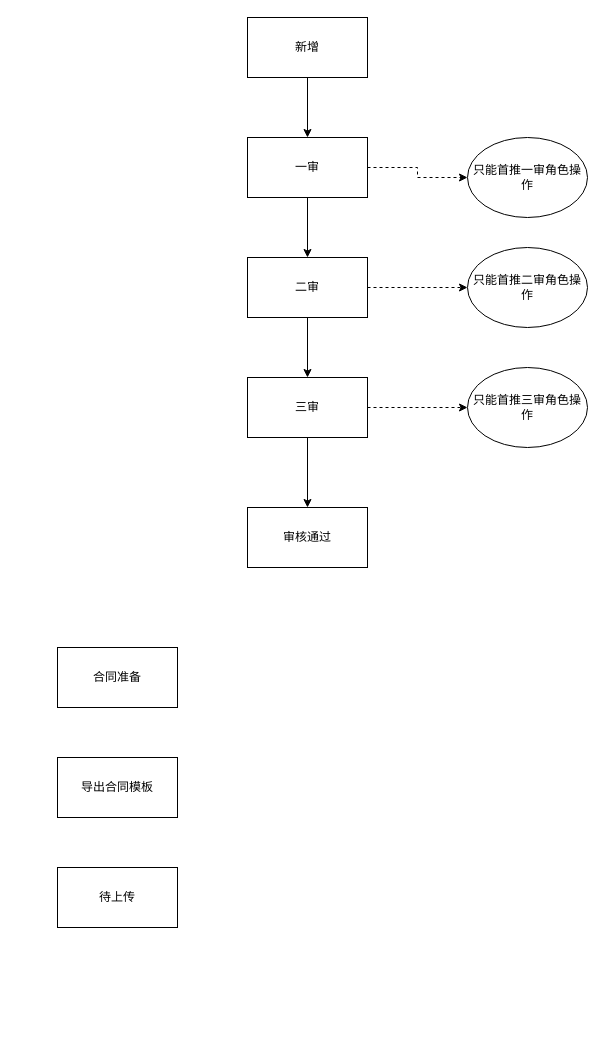
Earlier version of the draw.io diagram gitskills/首推商品审核流程说明.drawio (benbenbo/learngit). Source tidied: cells renumbered, new cells numbered last; positions are measured from the earlier drawing's top-left corner, leaving out a move shared by most shapes. Both pictures are drawn from the tidied source at 100%, with x=0, y=0 at pixel (57, 17).
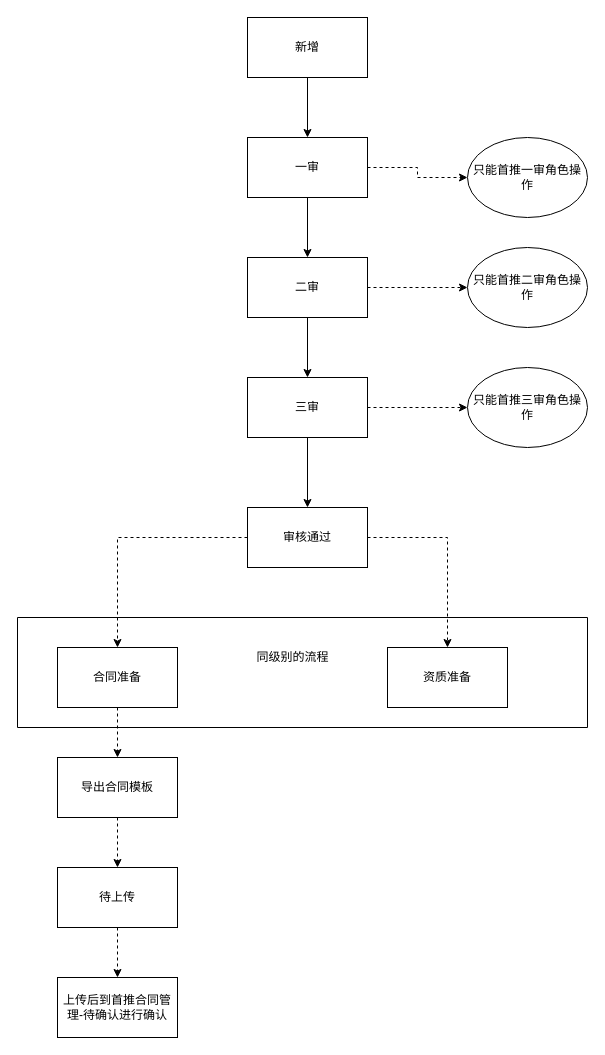
After the change.

Commit message (it also covers changes not shown here):
Update 首推商品审核流程说明.drawio

The change refers to these unchanged cells:
```xml
<mxCell id="13" value="审核通过" style="rounded=0;whiteSpace=wrap;html=1;" parent="1" vertex="1">
  <mxGeometry x="190" y="490" width="120" height="60" as="geometry" />
</mxCell>
<mxCell id="17" value="合同准备" style="rounded=0;whiteSpace=wrap;html=1;" parent="1" vertex="1">
  <mxGeometry y="630" width="120" height="60" as="geometry" />
</mxCell>
<mxCell id="18" value="导出合同模板" style="rounded=0;whiteSpace=wrap;html=1;" parent="1" vertex="1">
  <mxGeometry y="740" width="120" height="60" as="geometry" />
</mxCell>
<mxCell id="19" value="待上传" style="rounded=0;whiteSpace=wrap;html=1;" parent="1" vertex="1">
  <mxGeometry y="850" width="120" height="60" as="geometry" />
</mxCell>
```

The edit, as a diff of the source:
```diff
@@
+    <mxCell id="20" style="edgeStyle=orthogonalEdgeStyle;rounded=0;jettySize=auto;html=1;entryX=0.5;entryY=0;entryDx=0;entryDy=0;dashed=1;" parent="1" edge="1" source="13" target="17">
+      <mxGeometry relative="1" as="geometry" />
+    </mxCell>
+    <mxCell id="21" style="edgeStyle=orthogonalEdgeStyle;rounded=0;jettySize=auto;html=1;dashed=1;" parent="1" edge="1" source="13" target="25">
+      <mxGeometry relative="1" as="geometry" />
+    </mxCell>
@@
+    <mxCell id="22" style="edgeStyle=orthogonalEdgeStyle;rounded=0;jettySize=auto;html=1;dashed=1;" parent="1" edge="1" source="17" target="18">
+      <mxGeometry relative="1" as="geometry" />
+    </mxCell>
@@
+    <mxCell id="23" style="edgeStyle=orthogonalEdgeStyle;rounded=0;jettySize=auto;html=1;entryX=0.5;entryY=0;entryDx=0;entryDy=0;dashed=1;" parent="1" edge="1" source="18" target="19">
+      <mxGeometry relative="1" as="geometry" />
+    </mxCell>
@@
+    <mxCell id="24" style="edgeStyle=orthogonalEdgeStyle;rounded=0;jettySize=auto;html=1;entryX=0.5;entryY=0;entryDx=0;entryDy=0;dashed=1;" parent="1" edge="1" source="19" target="26">
+      <mxGeometry relative="1" as="geometry" />
+    </mxCell>
@@
+    <mxCell id="25" value="资质准备" style="rounded=0;whiteSpace=wrap;html=1;" parent="1" vertex="1">
+      <mxGeometry x="330" y="630" width="120" height="60" as="geometry" />
+    </mxCell>
+    <mxCell id="26" value="上传后到首推合同管理-待确认进行确认" style="rounded=0;whiteSpace=wrap;html=1;" parent="1" vertex="1">
+      <mxGeometry y="960" width="120" height="60" as="geometry" />
+    </mxCell>
+    <mxCell id="27" style="swimlane;startSize=0;" parent="1" vertex="1">
+      <mxGeometry x="-40" y="600" width="570" height="110" as="geometry" />
+    </mxCell>
+    <mxCell id="28" value="同级别的流程" style="text;html=1;align=center;verticalAlign=middle;strokeColor=none;" parent="27" vertex="1">
+      <mxGeometry x="230" y="30" width="90" height="20" as="geometry" />
+    </mxCell>
```
